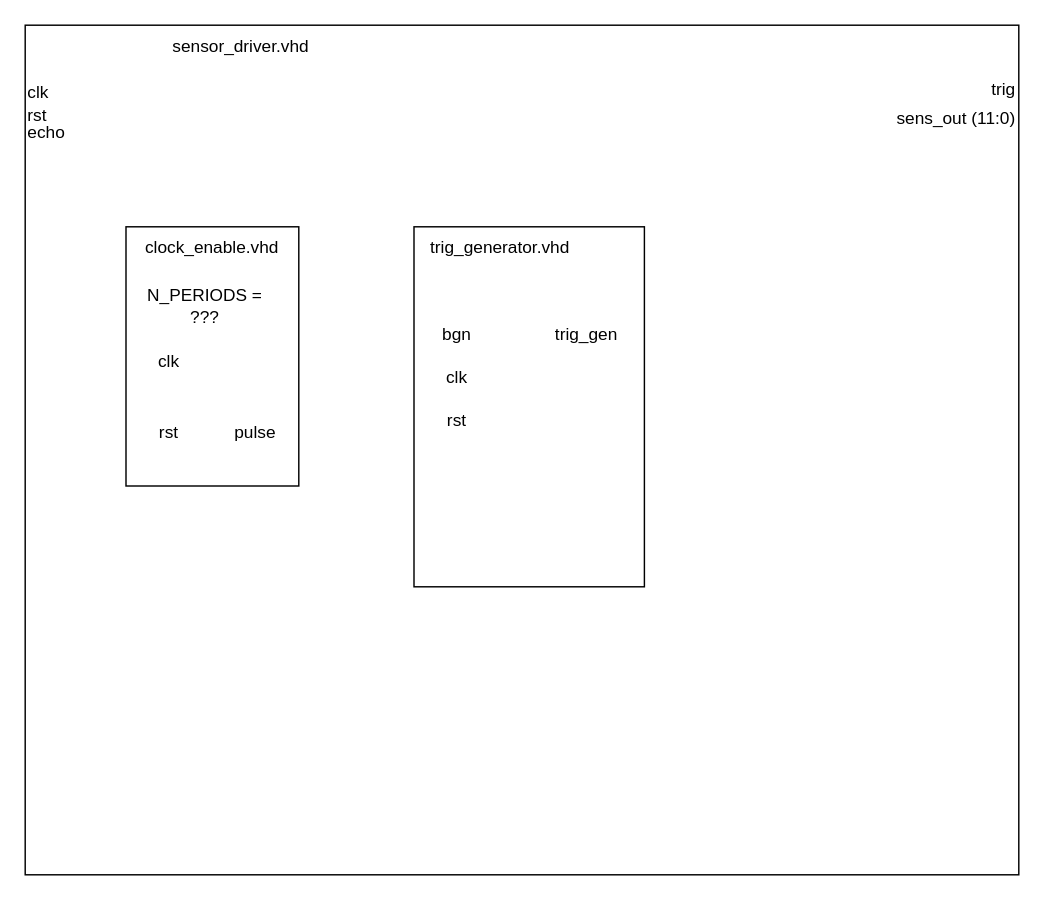
The draw.io diagram Diagrams/originals/sensor_driver.drawio in nemecekvit/Ultrasound-controller, before the edit. Source tidied: cells renumbered, new cells numbered last; positions are measured from the earlier drawing's top-left corner, leaving out a move shared by most shapes. Both pictures are drawn from the tidied source at 144%, with x=0, y=0 at pixel (24, 24).
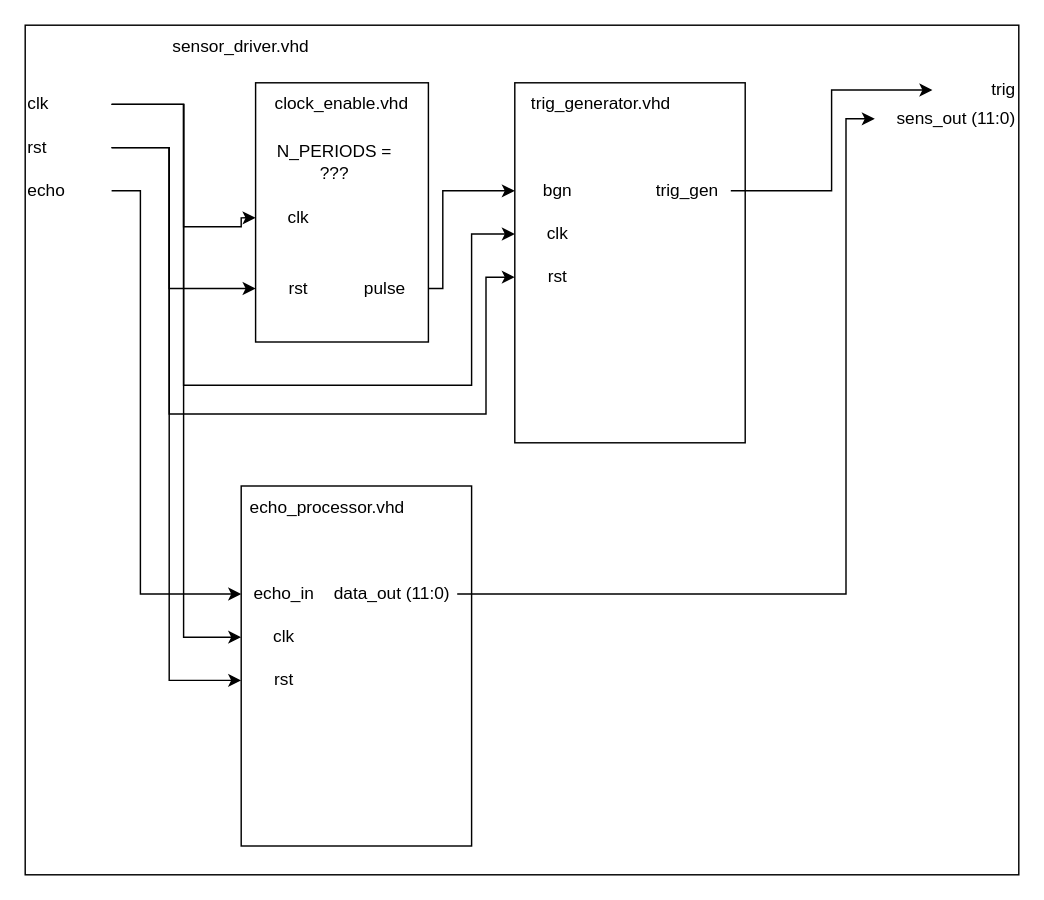
After the change.

Commit message (it also covers changes not shown here):
Changed inside logic of sensor_driver and seperated into extra echo_processor component

Unchanged cells that the change refers to:
```xml
<mxCell id="6" value="trig" style="text;html=1;align=right;verticalAlign=middle;whiteSpace=wrap;rounded=0;" parent="1" vertex="1">
  <mxGeometry x="630" y="30" width="60" height="30" as="geometry" />
</mxCell>
<mxCell id="7" value="sens_out (11:0)" style="text;html=1;align=right;verticalAlign=middle;whiteSpace=wrap;rounded=0;" parent="1" vertex="1">
  <mxGeometry x="590" y="50" width="100" height="30" as="geometry" />
</mxCell>
<mxCell id="11" value="clk" style="text;html=1;align=center;verticalAlign=middle;whiteSpace=wrap;rounded=0;" parent="8" vertex="1">
  <mxGeometry y="69.2" width="60" height="49.1" as="geometry" />
</mxCell>
<mxCell id="12" value="rst" style="text;html=1;align=center;verticalAlign=middle;whiteSpace=wrap;rounded=0;" parent="8" vertex="1">
  <mxGeometry y="118.3" width="60" height="49.1" as="geometry" />
</mxCell>
<mxCell id="13" value="pulse" style="text;html=1;align=center;verticalAlign=middle;whiteSpace=wrap;rounded=0;" parent="8" vertex="1">
  <mxGeometry x="60" y="118.3" width="60" height="49.1" as="geometry" />
</mxCell>
<mxCell id="19" value="rst" style="text;html=1;align=center;verticalAlign=middle;whiteSpace=wrap;rounded=0;" parent="16" vertex="1">
  <mxGeometry y="120" width="60" height="30" as="geometry" />
</mxCell>
<mxCell id="20" value="clk" style="text;html=1;align=center;verticalAlign=middle;whiteSpace=wrap;rounded=0;" parent="16" vertex="1">
  <mxGeometry y="90" width="60" height="30" as="geometry" />
</mxCell>
<mxCell id="21" value="bgn" style="text;html=1;align=center;verticalAlign=middle;whiteSpace=wrap;rounded=0;" parent="16" vertex="1">
  <mxGeometry y="60" width="60" height="30" as="geometry" />
</mxCell>
<mxCell id="22" value="trig_gen" style="text;html=1;align=center;verticalAlign=middle;whiteSpace=wrap;rounded=0;" parent="16" vertex="1">
  <mxGeometry x="90" y="60" width="60" height="30" as="geometry" />
</mxCell>
```

What changed in the source:
```diff
@@
+    <mxCell id="23" style="edgeStyle=orthogonalEdgeStyle;rounded=0;jettySize=auto;html=1;entryX=0;entryY=0.5;entryDx=0;entryDy=0;" parent="1" edge="1" source="4" target="11">
+      <mxGeometry relative="1" as="geometry">
+        <Array as="points">
+          <mxPoint x="110" y="55" />
+          <mxPoint x="110" y="140" />
+          <mxPoint x="150" y="140" />
+          <mxPoint x="150" y="134" />
+        </Array>
+      </mxGeometry>
+    </mxCell>
+    <mxCell id="24" style="edgeStyle=orthogonalEdgeStyle;rounded=0;jettySize=auto;html=1;entryX=0;entryY=0.5;entryDx=0;entryDy=0;exitX=1;exitY=0.5;exitDx=0;exitDy=0;" parent="1" edge="1" source="4" target="34">
+      <mxGeometry relative="1" as="geometry">
+        <Array as="points">
+          <mxPoint x="110" y="55" />
+          <mxPoint x="110" y="425" />
+        </Array>
+      </mxGeometry>
+    </mxCell>
+    <mxCell id="25" style="edgeStyle=orthogonalEdgeStyle;rounded=0;jettySize=auto;html=1;entryX=0;entryY=0.5;entryDx=0;entryDy=0;" parent="1" edge="1" source="4" target="20">
+      <mxGeometry relative="1" as="geometry">
+        <Array as="points">
+          <mxPoint x="110" y="55" />
+          <mxPoint x="110" y="250" />
+          <mxPoint x="310" y="250" />
+          <mxPoint x="310" y="145" />
+        </Array>
+      </mxGeometry>
+    </mxCell>
     <mxCell id="4" value="clk" style="text;html=1;align=left;verticalAlign=middle;whiteSpace=wrap;rounded=0;" parent="1" vertex="1">
-      <mxGeometry y="32" width="60" height="30" as="geometry" />
+      <mxGeometry y="40" width="60" height="30" as="geometry" />
     </mxCell>
+    <mxCell id="26" style="edgeStyle=orthogonalEdgeStyle;rounded=0;jettySize=auto;html=1;entryX=0;entryY=0.5;entryDx=0;entryDy=0;" parent="1" edge="1" source="5" target="12">
+      <mxGeometry relative="1" as="geometry">
+        <Array as="points">
+          <mxPoint x="100" y="85" />
+          <mxPoint x="100" y="183" />
+        </Array>
+      </mxGeometry>
+    </mxCell>
+    <mxCell id="27" style="edgeStyle=orthogonalEdgeStyle;rounded=0;jettySize=auto;html=1;entryX=0;entryY=0.5;entryDx=0;entryDy=0;" parent="1" edge="1" source="5" target="33">
+      <mxGeometry relative="1" as="geometry">
+        <Array as="points">
+          <mxPoint x="100" y="85" />
+          <mxPoint x="100" y="455" />
+        </Array>
+      </mxGeometry>
+    </mxCell>
+    <mxCell id="28" style="edgeStyle=orthogonalEdgeStyle;rounded=0;jettySize=auto;html=1;entryX=0;entryY=0.5;entryDx=0;entryDy=0;" parent="1" edge="1" source="5" target="19">
+      <mxGeometry relative="1" as="geometry">
+        <Array as="points">
+          <mxPoint x="100" y="85" />
+          <mxPoint x="100" y="270" />
+          <mxPoint x="320" y="270" />
+          <mxPoint x="320" y="175" />
+        </Array>
+      </mxGeometry>
+    </mxCell>
     <mxCell id="5" value="rst" style="text;html=1;align=left;verticalAlign=middle;whiteSpace=wrap;rounded=0;" parent="1" vertex="1">
-      <mxGeometry y="48" width="60" height="30" as="geometry" />
+      <mxGeometry y="70" width="60" height="30" as="geometry" />
     </mxCell>
@@
     <mxCell id="8" style="group;" parent="1" vertex="1">
-      <mxGeometry x="70" y="140" width="120" height="180" as="geometry" />
+      <mxGeometry x="160" y="40" width="120" height="180" as="geometry" />
     </mxCell>
@@
+    <mxCell id="29" style="edgeStyle=orthogonalEdgeStyle;rounded=0;jettySize=auto;html=1;entryX=0;entryY=0.5;entryDx=0;entryDy=0;" parent="1" edge="1" source="15" target="35">
+      <mxGeometry relative="1" as="geometry">
+        <Array as="points">
+          <mxPoint x="80" y="115" />
+          <mxPoint x="80" y="395" />
+        </Array>
+      </mxGeometry>
+    </mxCell>
     <mxCell id="15" value="echo" style="text;html=1;align=left;verticalAlign=middle;whiteSpace=wrap;rounded=0;" parent="1" vertex="1">
-      <mxGeometry y="60" width="60" height="30" as="geometry" />
+      <mxGeometry y="100" width="60" height="30" as="geometry" />
     </mxCell>
     <mxCell id="16" style="group;" parent="1" vertex="1">
-      <mxGeometry x="270" y="140" width="160" height="250" as="geometry" />
+      <mxGeometry x="340" y="40" width="160" height="250" as="geometry" />
     </mxCell>
@@
+    <mxCell id="30" style="group;" parent="1" vertex="1">
+      <mxGeometry x="150" y="320" width="160" height="250" as="geometry" />
+    </mxCell>
+    <mxCell id="31" style="rounded=0;whiteSpace=wrap;html=1;" parent="30" vertex="1">
+      <mxGeometry width="160" height="250" as="geometry" />
+    </mxCell>
+    <mxCell id="32" value="echo_processor.vhd" style="text;html=1;align=center;verticalAlign=middle;whiteSpace=wrap;rounded=0;" parent="30" vertex="1">
+      <mxGeometry x="30" width="60" height="30" as="geometry" />
+    </mxCell>
+    <mxCell id="33" value="rst" style="text;html=1;align=center;verticalAlign=middle;whiteSpace=wrap;rounded=0;" parent="30" vertex="1">
+      <mxGeometry y="120" width="60" height="30" as="geometry" />
+    </mxCell>
+    <mxCell id="34" value="clk" style="text;html=1;align=center;verticalAlign=middle;whiteSpace=wrap;rounded=0;" parent="30" vertex="1">
+      <mxGeometry y="90" width="60" height="30" as="geometry" />
+    </mxCell>
+    <mxCell id="35" value="echo_in" style="text;html=1;align=center;verticalAlign=middle;whiteSpace=wrap;rounded=0;" parent="30" vertex="1">
+      <mxGeometry y="60" width="60" height="30" as="geometry" />
+    </mxCell>
+    <mxCell id="36" value="data_out (11:0)" style="text;html=1;align=center;verticalAlign=middle;whiteSpace=wrap;rounded=0;" parent="30" vertex="1">
+      <mxGeometry x="60" y="60" width="90" height="30" as="geometry" />
+    </mxCell>
+    <mxCell id="37" style="edgeStyle=orthogonalEdgeStyle;rounded=0;jettySize=auto;html=1;entryX=0;entryY=0.5;entryDx=0;entryDy=0;" parent="1" edge="1" source="13" target="21">
+      <mxGeometry relative="1" as="geometry">
+        <Array as="points">
+          <mxPoint x="290" y="183" />
+          <mxPoint x="290" y="115" />
+        </Array>
+      </mxGeometry>
+    </mxCell>
+    <mxCell id="38" style="edgeStyle=orthogonalEdgeStyle;rounded=0;jettySize=auto;html=1;entryX=0;entryY=0.5;entryDx=0;entryDy=0;" parent="1" edge="1" source="22" target="6">
+      <mxGeometry relative="1" as="geometry" />
+    </mxCell>
+    <mxCell id="39" style="edgeStyle=orthogonalEdgeStyle;rounded=0;jettySize=auto;html=1;entryX=0;entryY=0.5;entryDx=0;entryDy=0;" parent="1" edge="1" source="36" target="7">
+      <mxGeometry relative="1" as="geometry">
+        <Array as="points">
+          <mxPoint x="570" y="395" />
+          <mxPoint x="570" y="65" />
+        </Array>
+      </mxGeometry>
+    </mxCell>
```
